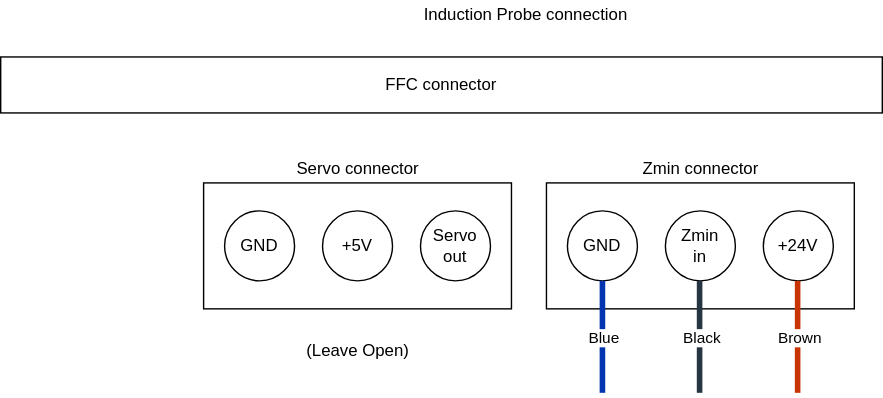
Above: induction_probe.drawio.svg in sadaoikebe/SnakeOilXY-FFC (draw.io), before the change. Source tidied: cells renumbered, new cells last; positions are measured from the earlier drawing's top-left corner, leaving out a move shared by most shapes. Its diagram source:
```xml
<mxGraphModel>
  <root>
    <mxCell id="0" />
    <mxCell id="1" parent="0" />
    <mxCell id="2" value="FFC connector" style="rounded=0;whiteSpace=wrap;html=1;" parent="1" vertex="1">
      <mxGeometry y="40" width="630" height="40" as="geometry" />
    </mxCell>
    <mxCell id="3" style="rounded=0;whiteSpace=wrap;html=1;" parent="1" vertex="1">
      <mxGeometry x="145" y="130" width="220" height="90" as="geometry" />
    </mxCell>
    <mxCell id="4" value="GND" style="ellipse;whiteSpace=wrap;html=1;" parent="1" vertex="1">
      <mxGeometry x="160" y="150" width="50" height="50" as="geometry" />
    </mxCell>
    <mxCell id="5" value="+5V" style="ellipse;whiteSpace=wrap;html=1;" parent="1" vertex="1">
      <mxGeometry x="230" y="150" width="50" height="50" as="geometry" />
    </mxCell>
    <mxCell id="6" value="Servo&lt;br&gt;out" style="ellipse;whiteSpace=wrap;html=1;" parent="1" vertex="1">
      <mxGeometry x="300" y="150" width="50" height="50" as="geometry" />
    </mxCell>
    <mxCell id="7" style="rounded=0;whiteSpace=wrap;html=1;" parent="1" vertex="1">
      <mxGeometry x="390" y="130" width="220" height="90" as="geometry" />
    </mxCell>
    <mxCell id="8" value="GND" style="ellipse;whiteSpace=wrap;html=1;" parent="1" vertex="1">
      <mxGeometry x="405" y="150" width="50" height="50" as="geometry" />
    </mxCell>
    <mxCell id="9" value="Zmin&lt;br&gt;in" style="ellipse;whiteSpace=wrap;html=1;" parent="1" vertex="1">
      <mxGeometry x="475" y="150" width="50" height="50" as="geometry" />
    </mxCell>
    <mxCell id="10" value="+24V" style="ellipse;whiteSpace=wrap;html=1;" parent="1" vertex="1">
      <mxGeometry x="545" y="150" width="50" height="50" as="geometry" />
    </mxCell>
    <mxCell id="11" value="Servo connector" style="text;html=1;align=center;verticalAlign=middle;fillColor=none;strokeColor=none;rounded=0;" parent="1" vertex="1">
      <mxGeometry x="205" y="110" width="100" height="20" as="geometry" />
    </mxCell>
    <mxCell id="12" value="Zmin connector" style="text;html=1;align=center;verticalAlign=middle;fillColor=none;strokeColor=none;rounded=0;" parent="1" vertex="1">
      <mxGeometry x="450" y="110" width="100" height="20" as="geometry" />
    </mxCell>
    <mxCell id="13" style="endArrow=none;html=1;entryX=0.5;entryY=1;entryDx=0;entryDy=0;strokeWidth=4;fillColor=#1ba1e2;strokeColor=#0035AF;" parent="1" edge="1" target="8">
      <mxGeometry relative="1" as="geometry">
        <mxPoint x="430" y="280" as="sourcePoint" />
      </mxGeometry>
    </mxCell>
    <mxCell id="14" value="Blue" style="edgeLabel;html=1;align=center;verticalAlign=middle;" parent="13" vertex="1">
      <mxGeometry x="-0.07" y="-2" relative="1" as="geometry">
        <mxPoint x="-2" y="-3" as="offset" />
      </mxGeometry>
    </mxCell>
    <mxCell id="15" style="endArrow=none;html=1;entryX=0.5;entryY=1;entryDx=0;entryDy=0;strokeWidth=4;fillColor=#647687;strokeColor=#273542;" parent="1" edge="1">
      <mxGeometry relative="1" as="geometry">
        <mxPoint x="499.4" y="280" as="sourcePoint" />
        <mxPoint x="499.4" y="200" as="targetPoint" />
      </mxGeometry>
    </mxCell>
    <mxCell id="16" value="Black" style="edgeLabel;html=1;align=center;verticalAlign=middle;" parent="15" vertex="1">
      <mxGeometry x="-0.02" relative="1" as="geometry">
        <mxPoint x="1" y="-1" as="offset" />
      </mxGeometry>
    </mxCell>
    <mxCell id="17" style="endArrow=none;html=1;entryX=0.5;entryY=1;entryDx=0;entryDy=0;strokeWidth=4;fillColor=#fa6800;strokeColor=#C73500;" parent="1" edge="1">
      <mxGeometry relative="1" as="geometry">
        <mxPoint x="569.5" y="280" as="sourcePoint" />
        <mxPoint x="569.5" y="200" as="targetPoint" />
      </mxGeometry>
    </mxCell>
    <mxCell id="18" value="Brown" style="edgeLabel;html=1;align=center;verticalAlign=middle;" parent="17" vertex="1">
      <mxGeometry x="-0.02" relative="1" as="geometry">
        <mxPoint x="1" y="-1" as="offset" />
      </mxGeometry>
    </mxCell>
    <mxCell id="19" value="(Leave Open)" style="text;html=1;align=center;verticalAlign=middle;strokeColor=none;fillColor=none;" parent="1" vertex="1">
      <mxGeometry x="210" y="240" width="90" height="20" as="geometry" />
    </mxCell>
    <mxCell id="20" value="Induction Probe connection" style="text;html=1;align=center;verticalAlign=middle;strokeColor=none;fillColor=none;" parent="1" vertex="1">
      <mxGeometry x="295" width="160" height="20" as="geometry" />
    </mxCell>
  </root>
</mxGraphModel>
```
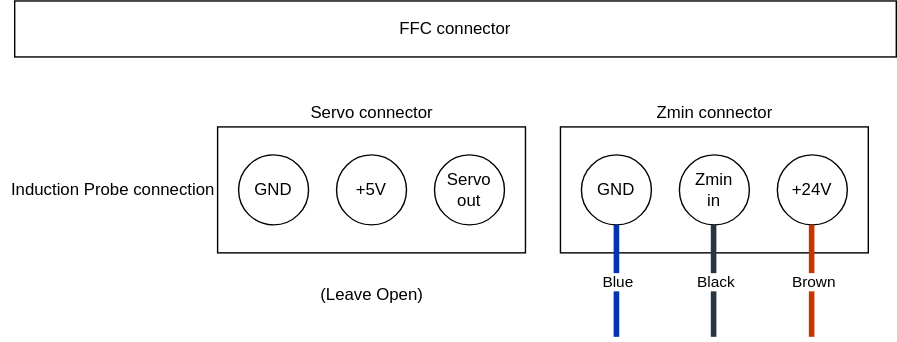
Later version of the same file.

The edit, as a diff of the source:
```diff
@@ -1,4 +1,4 @@
-<mxGraphModel>
+<mxGraphModel background="#ffffff">
   <root>
     <mxCell id="0" />
     <mxCell id="1" parent="0" />
@@ -71,7 +71,7 @@
       <mxGeometry x="210" y="240" width="90" height="20" as="geometry" />
     </mxCell>
     <mxCell id="20" value="Induction Probe connection" style="text;html=1;align=center;verticalAlign=middle;strokeColor=none;fillColor=none;" parent="1" vertex="1">
-      <mxGeometry x="295" width="160" height="20" as="geometry" />
+      <mxGeometry x="-10" y="165" width="160" height="20" as="geometry" />
     </mxCell>
   </root>
 </mxGraphModel>
```
